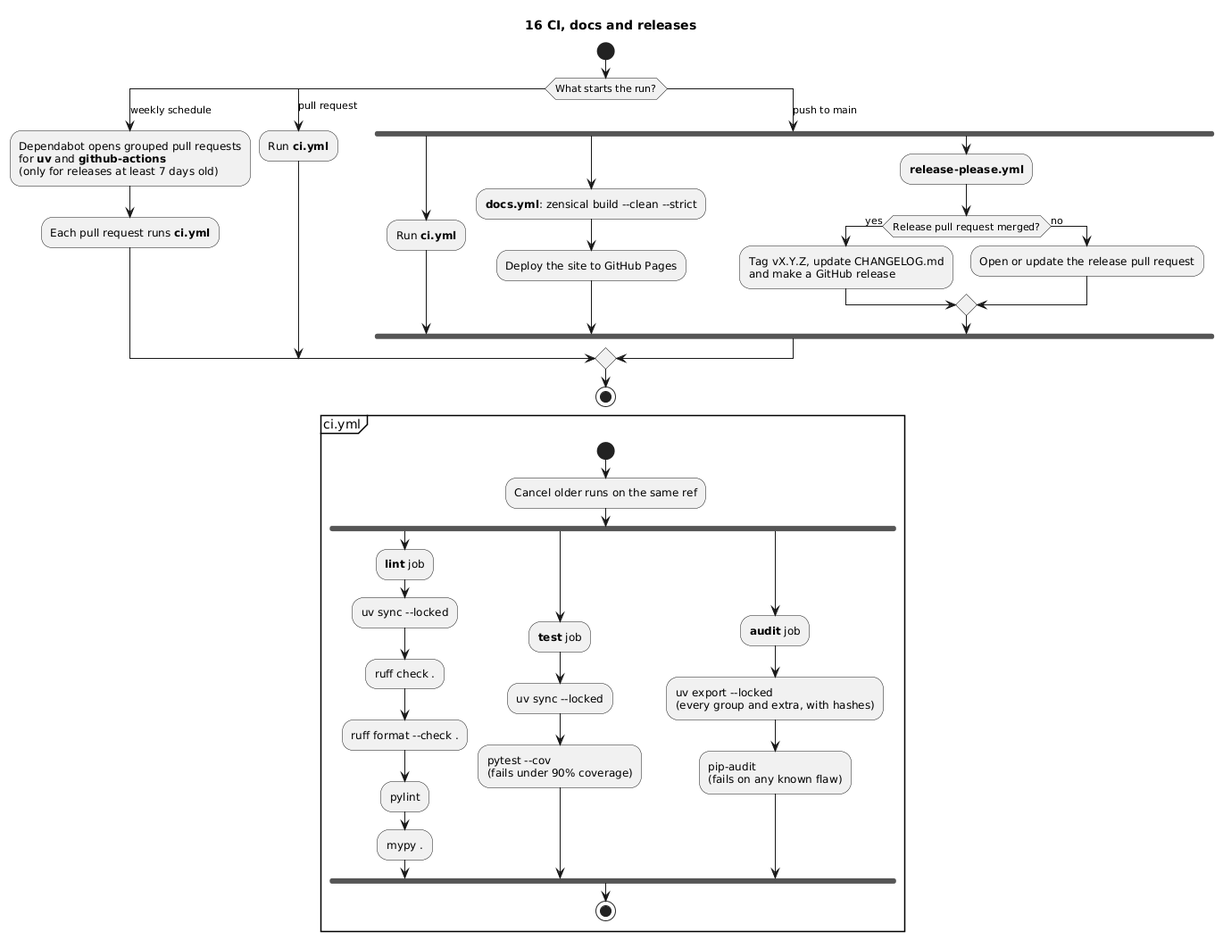
Earlier version of the PlantUML export docs/diagrams/16-activity-ci.png (Nikhil-Raphy/reflex-fastapi-webhook-studio).
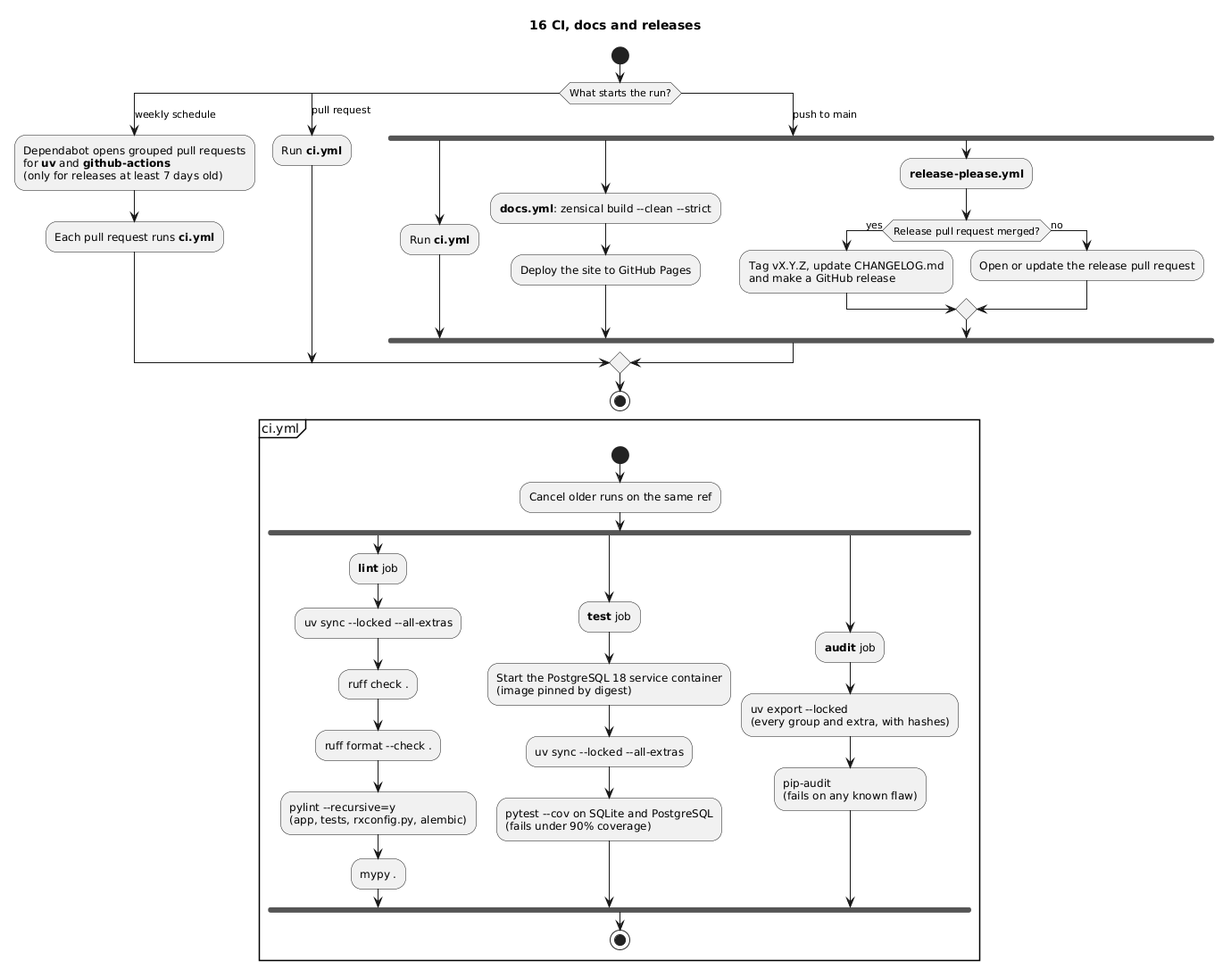
Above is the later version.

The edit, as a diff of the source:
```diff
@@ -33,15 +33,18 @@
   :Cancel older runs on the same ref;
   fork
     :**lint** job;
-    :uv sync --locked;
+    :uv sync ~--locked ~--all-extras;
     :ruff check .;
-    :ruff format --check .;
-    :pylint;
+    :ruff format ~--check .;
+    :pylint ~--recursive=y
+    (app, tests, rxconfig.py, alembic);
     :mypy .;
   fork again
     :**test** job;
-    :uv sync --locked;
-    :pytest --cov
+    :Start the PostgreSQL 18 service container
+    (image pinned by digest);
+    :uv sync ~--locked ~--all-extras;
+    :pytest ~--cov on SQLite and PostgreSQL
     (fails under 90% coverage);
   fork again
     :**audit** job;
```
